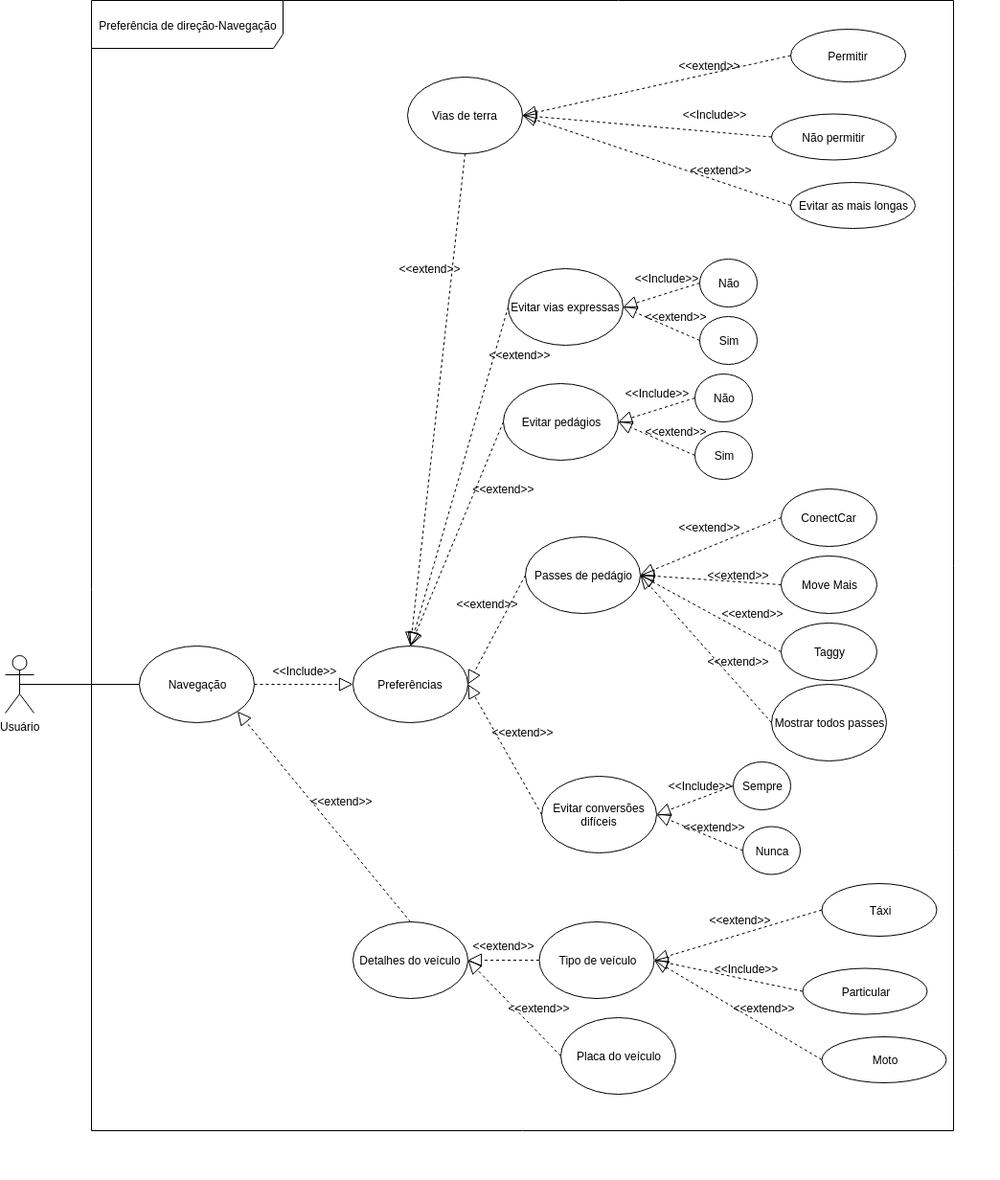
Before: docs/img/navegacao.png, a diagram exported from draw.io (Requisitos-de-Software/2019.2-Waze). Source tidied: cells renumbered, new cells last; positions are measured from the earlier drawing's top-left corner, leaving out a move shared by most shapes.
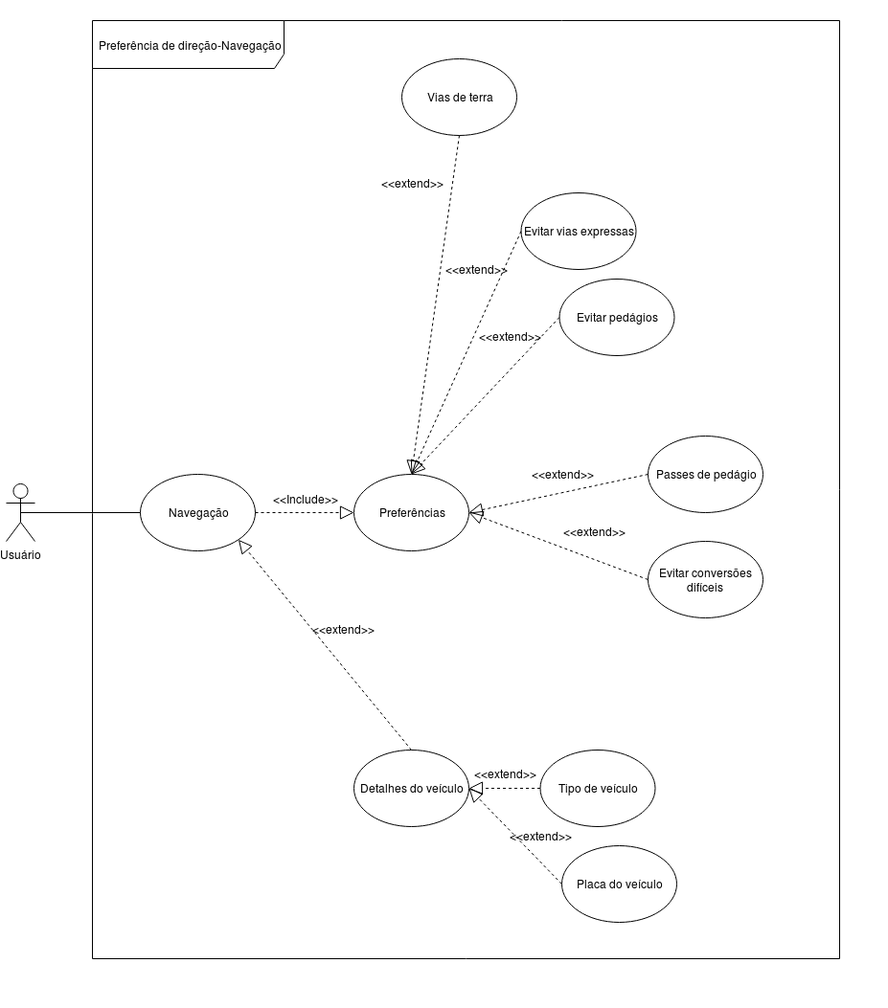
After the commit.

Change to the diagram source:
```diff
@@ -5,3 +5,3 @@
     <mxCell id="2" value="Preferência de direção-Navegação" style="shape=umlFrame;whiteSpace=wrap;html=1;width=200;height=50;" parent="1" vertex="1">
-      <mxGeometry x="90" width="900" height="1180" as="geometry" />
+      <mxGeometry x="90" y="200" width="780" height="980" as="geometry" />
     </mxCell>
@@ -14,135 +14,16 @@
     <mxCell id="5" value="Evitar pedágios" style="ellipse;whiteSpace=wrap;html=1;" parent="1" vertex="1">
-      <mxGeometry x="520" y="400" width="120" height="80" as="geometry" />
+      <mxGeometry x="577.5" y="470" width="120" height="80" as="geometry" />
     </mxCell>
     <mxCell id="6" value="Passes de pedágio&lt;span style=&quot;font-family: &amp;#34;helvetica&amp;#34; , &amp;#34;arial&amp;#34; , sans-serif ; font-size: 0px ; white-space: nowrap&quot;&gt;%3CmxGraphModel%3E%3Croot%3E%3CmxCell%20id%3D%220%22%2F%3E%3CmxCell%20id%3D%221%22%20parent%3D%220%22%2F%3E%3CmxCell%20id%3D%222%22%20value%3D%22Evitar%20ped%C3%A1gios%22%20style%3D%22ellipse%3BwhiteSpace%3Dwrap%3Bhtml%3D1%3B%22%20vertex%3D%221%22%20parent%3D%221%22%3E%3CmxGeometry%20x%3D%22353%22%20y%3D%22200%22%20width%3D%22120%22%20height%3D%2280%22%20as%3D%22geometry%22%2F%3E%3C%2FmxCell%3E%3C%2Froot%3E%3C%2FmxGraphModel%3E&lt;/span&gt;" style="ellipse;whiteSpace=wrap;html=1;" parent="1" vertex="1">
-      <mxGeometry x="543" y="560" width="120" height="80" as="geometry" />
+      <mxGeometry x="670" y="634" width="120" height="80" as="geometry" />
     </mxCell>
-    <mxCell id="7" value="ConectCar" style="ellipse;whiteSpace=wrap;html=1;" parent="1" vertex="1">
-      <mxGeometry x="810" y="510" width="100" height="60" as="geometry" />
-    </mxCell>
-    <mxCell id="8" value="Move Mais" style="ellipse;whiteSpace=wrap;html=1;" parent="1" vertex="1">
-      <mxGeometry x="810" y="580" width="100" height="60" as="geometry" />
-    </mxCell>
-    <mxCell id="9" value="Taggy" style="ellipse;whiteSpace=wrap;html=1;" parent="1" vertex="1">
-      <mxGeometry x="810" y="650" width="100" height="60" as="geometry" />
-    </mxCell>
-    <mxCell id="10" value="Mostrar todos passes" style="ellipse;whiteSpace=wrap;html=1;" parent="1" vertex="1">
-      <mxGeometry x="800" y="714" width="120" height="80" as="geometry" />
-    </mxCell>
-    <mxCell id="11" style="endArrow=block;dashed=1;endFill=0;endSize=12;html=1;exitX=0;exitY=0.5;exitDx=0;exitDy=0;entryX=1;entryY=0.5;entryDx=0;entryDy=0;" parent="1" edge="1" source="7" target="6">
-      <mxGeometry relative="1" as="geometry" />
-    </mxCell>
-    <mxCell id="12" style="endArrow=block;dashed=1;endFill=0;endSize=12;html=1;exitX=0;exitY=0.5;exitDx=0;exitDy=0;entryX=1;entryY=0.5;entryDx=0;entryDy=0;" parent="1" edge="1" source="8" target="6">
-      <mxGeometry relative="1" as="geometry" />
-    </mxCell>
-    <mxCell id="13" style="endArrow=block;dashed=1;endFill=0;endSize=12;html=1;exitX=0;exitY=0.5;exitDx=0;exitDy=0;entryX=1;entryY=0.5;entryDx=0;entryDy=0;" parent="1" edge="1" source="9" target="6">
-      <mxGeometry relative="1" as="geometry" />
-    </mxCell>
-    <mxCell id="14" style="endArrow=block;dashed=1;endFill=0;endSize=12;html=1;exitX=0;exitY=0.5;exitDx=0;exitDy=0;entryX=1;entryY=0.5;entryDx=0;entryDy=0;" parent="1" edge="1" source="10" target="6">
-      <mxGeometry relative="1" as="geometry" />
-    </mxCell>
-    <mxCell id="15" value="Não&lt;span style=&quot;font-family: &amp;#34;helvetica&amp;#34; , &amp;#34;arial&amp;#34; , sans-serif ; font-size: 0px ; white-space: nowrap&quot;&gt;%3CmxGraphModel%3E%3Croot%3E%3CmxCell%20id%3D%220%22%2F%3E%3CmxCell%20id%3D%221%22%20parent%3D%220%22%2F%3E%3CmxCell%20id%3D%222%22%20value%3D%22ConectCar%22%20style%3D%22ellipse%3BwhiteSpace%3Dwrap%3Bhtml%3D1%3B%22%20vertex%3D%221%22%20parent%3D%221%22%3E%3CmxGeometry%20x%3D%22620%22%20y%3D%22230%22%20width%3D%22100%22%20height%3D%2260%22%20as%3D%22geometry%22%2F%3E%3C%2FmxCell%3E%3C%2Froot%3E%3C%2FmxGraphModel%3E&lt;/span&gt;" style="ellipse;whiteSpace=wrap;html=1;" parent="1" vertex="1">
-      <mxGeometry x="720" y="390" width="60" height="50" as="geometry" />
-    </mxCell>
-    <mxCell id="16" value="Sim" style="ellipse;whiteSpace=wrap;html=1;" parent="1" vertex="1">
-      <mxGeometry x="720" y="450" width="60" height="50" as="geometry" />
-    </mxCell>
-    <mxCell id="17" style="endArrow=block;dashed=1;endFill=0;endSize=12;html=1;exitX=0;exitY=0.5;exitDx=0;exitDy=0;entryX=1;entryY=0.5;entryDx=0;entryDy=0;" parent="1" edge="1" source="15" target="5">
-      <mxGeometry relative="1" as="geometry" />
-    </mxCell>
-    <mxCell id="18" style="endArrow=block;dashed=1;endFill=0;endSize=12;html=1;exitX=0;exitY=0.5;exitDx=0;exitDy=0;entryX=1;entryY=0.5;entryDx=0;entryDy=0;" parent="1" edge="1" source="16" target="5">
-      <mxGeometry relative="1" as="geometry" />
-    </mxCell>
     <mxCell id="19" value="Evitar vias expressas&lt;span style=&quot;font-family: &amp;#34;helvetica&amp;#34; , &amp;#34;arial&amp;#34; , sans-serif ; font-size: 0px ; white-space: nowrap&quot;&gt;%3CmxGraphModel%3E%3Croot%3E%3CmxCell%20id%3D%220%22%2F%3E%3CmxCell%20id%3D%221%22%20parent%3D%220%22%2F%3E%3CmxCell%20id%3D%222%22%20value%3D%22Evitar%20ped%C3%A1gios%22%20style%3D%22ellipse%3BwhiteSpace%3Dwrap%3Bhtml%3D1%3B%22%20vertex%3D%221%22%20parent%3D%221%22%3E%3CmxGeometry%20x%3D%22340%22%20y%3D%22140%22%20width%3D%22120%22%20height%3D%2280%22%20as%3D%22geometry%22%2F%3E%3C%2FmxCell%3E%3CmxCell%20id%3D%223%22%20value%3D%22N%C3%A3o%26lt%3Bspan%20style%3D%26quot%3Bfont-family%3A%20%26amp%3B%2334%3Bhelvetica%26amp%3B%2334%3B%20%2C%20%26amp%3B%2334%3Barial%26amp%3B%2334%3B%20%2C%20sans-serif%20%3B%20font-size%3A%200px%20%3B%20white-space%3A%20nowrap%26quot%3B%26gt%3B%253CmxGraphModel%253E%253Croot%253E%253CmxCell%2520id%253D%25220%2522%252F%253E%253CmxCell%2520id%253D%25221%2522%2520parent%253D%25220%2522%252F%253E%253CmxCell%2520id%253D%25222%2522%2520value%253D%2522ConectCar%2522%2520style%253D%2522ellipse%253BwhiteSpace%253Dwrap%253Bhtml%253D1%253B%2522%2520vertex%253D%25221%2522%2520parent%253D%25221%2522%253E%253CmxGeometry%2520x%253D%2522620%2522%2520y%253D%2522230%2522%2520width%253D%2522100%2522%2520height%253D%252260%2522%2520as%253D%2522geometry%2522%252F%253E%253C%252FmxCell%253E%253C%252Froot%253E%253C%252FmxGraphModel%253E%26lt%3B%2Fspan%26gt%3B%22%20style%3D%22ellipse%3BwhiteSpace%3Dwrap%3Bhtml%3D1%3B%22%20vertex%3D%221%22%20parent%3D%221%22%3E%3CmxGeometry%20x%3D%22540%22%20y%3D%22130%22%20width%3D%2260%22%20height%3D%2250%22%20as%3D%22geometry%22%2F%3E%3C%2FmxCell%3E%3CmxCell%20id%3D%224%22%20value%3D%22Sim%22%20style%3D%22ellipse%3BwhiteSpace%3Dwrap%3Bhtml%3D1%3B%22%20vertex%3D%221%22%20parent%3D%221%22%3E%3CmxGeometry%20x%3D%22540%22%20y%3D%22190%22%20width%3D%2260%22%20height%3D%2250%22%20as%3D%22geometry%22%2F%3E%3C%2FmxCell%3E%3CmxCell%20id%3D%225%22%20value%3D%22%22%20style%3D%22endArrow%3Dblock%3Bdashed%3D1%3BendFill%3D0%3BendSize%3D12%3Bhtml%3D1%3BexitX%3D0%3BexitY%3D0.5%3BexitDx%3D0%3BexitDy%3D0%3BentryX%3D1%3BentryY%3D0.5%3BentryDx%3D0%3BentryDy%3D0%3B%22%20edge%3D%221%22%20source%3D%223%22%20target%3D%222%22%20parent%3D%221%22%3E%3CmxGeometry%20width%3D%22160%22%20relative%3D%221%22%20as%3D%22geometry%22%3E%3CmxPoint%20x%3D%22640%22%20y%3D%22290%22%20as%3D%22sourcePoint%22%2F%3E%3CmxPoint%20x%3D%22493%22%20y%3D%22350%22%20as%3D%22targetPoint%22%2F%3E%3C%2FmxGeometry%3E%3C%2FmxCell%3E%3CmxCell%20id%3D%226%22%20value%3D%22%22%20style%3D%22endArrow%3Dblock%3Bdashed%3D1%3BendFill%3D0%3BendSize%3D12%3Bhtml%3D1%3BexitX%3D0%3BexitY%3D0.5%3BexitDx%3D0%3BexitDy%3D0%3BentryX%3D1%3BentryY%3D0.5%3BentryDx%3D0%3BentryDy%3D0%3B%22%20edge%3D%221%22%20source%3D%224%22%20target%3D%222%22%20parent%3D%221%22%3E%3CmxGeometry%20width%3D%22160%22%20relative%3D%221%22%20as%3D%22geometry%22%3E%3CmxPoint%20x%3D%22550%22%20y%3D%22165%22%20as%3D%22sourcePoint%22%2F%3E%3CmxPoint%20x%3D%22470%22%20y%3D%22190%22%20as%3D%22targetPoint%22%2F%3E%3C%2FmxGeometry%3E%3C%2FmxCell%3E%3C%2Froot%3E%3C%2FmxGraphModel%3E&lt;/span&gt;" style="ellipse;whiteSpace=wrap;html=1;" parent="1" vertex="1">
-      <mxGeometry x="525" y="280" width="120" height="80" as="geometry" />
+      <mxGeometry x="537.5" y="380" width="120" height="80" as="geometry" />
     </mxCell>
-    <mxCell id="20" value="Não&lt;span style=&quot;font-family: &amp;#34;helvetica&amp;#34; , &amp;#34;arial&amp;#34; , sans-serif ; font-size: 0px ; white-space: nowrap&quot;&gt;%3CmxGraphModel%3E%3Croot%3E%3CmxCell%20id%3D%220%22%2F%3E%3CmxCell%20id%3D%221%22%20parent%3D%220%22%2F%3E%3CmxCell%20id%3D%222%22%20value%3D%22ConectCar%22%20style%3D%22ellipse%3BwhiteSpace%3Dwrap%3Bhtml%3D1%3B%22%20vertex%3D%221%22%20parent%3D%221%22%3E%3CmxGeometry%20x%3D%22620%22%20y%3D%22230%22%20width%3D%22100%22%20height%3D%2260%22%20as%3D%22geometry%22%2F%3E%3C%2FmxCell%3E%3C%2Froot%3E%3C%2FmxGraphModel%3E&lt;/span&gt;" style="ellipse;whiteSpace=wrap;html=1;" parent="1" vertex="1">
-      <mxGeometry x="725" y="270" width="60" height="50" as="geometry" />
-    </mxCell>
-    <mxCell id="21" value="Sim" style="ellipse;whiteSpace=wrap;html=1;" parent="1" vertex="1">
-      <mxGeometry x="725" y="330" width="60" height="50" as="geometry" />
-    </mxCell>
-    <mxCell id="22" style="endArrow=block;dashed=1;endFill=0;endSize=12;html=1;exitX=0;exitY=0.5;exitDx=0;exitDy=0;entryX=1;entryY=0.5;entryDx=0;entryDy=0;" parent="1" edge="1" source="20" target="19">
-      <mxGeometry relative="1" as="geometry" />
-    </mxCell>
-    <mxCell id="23" style="endArrow=block;dashed=1;endFill=0;endSize=12;html=1;exitX=0;exitY=0.5;exitDx=0;exitDy=0;entryX=1;entryY=0.5;entryDx=0;entryDy=0;" parent="1" edge="1" source="21" target="19">
-      <mxGeometry relative="1" as="geometry" />
-    </mxCell>
     <mxCell id="24" value="Vias de terra" style="ellipse;whiteSpace=wrap;html=1;" parent="1" vertex="1">
-      <mxGeometry x="420" y="80" width="120" height="80" as="geometry" />
+      <mxGeometry x="413" y="240" width="120" height="80" as="geometry" />
     </mxCell>
-    <mxCell id="25" value="Permitir" style="ellipse;whiteSpace=wrap;html=1;" parent="1" vertex="1">
-      <mxGeometry x="820" y="30" width="120" height="55" as="geometry" />
-    </mxCell>
-    <mxCell id="26" value="Não permitir" style="ellipse;whiteSpace=wrap;html=1;" parent="1" vertex="1">
-      <mxGeometry x="800" y="118.5" width="130" height="48" as="geometry" />
-    </mxCell>
-    <mxCell id="27" style="endArrow=block;dashed=1;endFill=0;endSize=12;html=1;exitX=0;exitY=0.5;exitDx=0;exitDy=0;entryX=1;entryY=0.5;entryDx=0;entryDy=0;" parent="1" edge="1" source="25" target="24">
-      <mxGeometry relative="1" as="geometry" />
-    </mxCell>
-    <mxCell id="28" style="endArrow=block;dashed=1;endFill=0;endSize=12;html=1;exitX=0;exitY=0.5;exitDx=0;exitDy=0;entryX=1;entryY=0.5;entryDx=0;entryDy=0;" parent="1" edge="1" source="26" target="24">
-      <mxGeometry relative="1" as="geometry" />
-    </mxCell>
-    <mxCell id="29" value="Evitar as mais longas" style="ellipse;whiteSpace=wrap;html=1;" parent="1" vertex="1">
-      <mxGeometry x="820" y="190" width="130" height="48" as="geometry" />
-    </mxCell>
-    <mxCell id="30" style="endArrow=block;dashed=1;endFill=0;endSize=12;html=1;exitX=0;exitY=0.5;exitDx=0;exitDy=0;entryX=1;entryY=0.5;entryDx=0;entryDy=0;" parent="1" edge="1" source="29" target="24">
-      <mxGeometry relative="1" as="geometry" />
-    </mxCell>
-    <mxCell id="31" value="&amp;lt;&amp;lt;Include&amp;gt;&amp;gt;" style="text;html=1;strokeColor=none;fillColor=none;align=center;verticalAlign=middle;whiteSpace=wrap;rounded=0;" parent="1" vertex="1">
-      <mxGeometry x="720" y="108.5" width="40" height="20" as="geometry" />
-    </mxCell>
-    <mxCell id="32" value="&amp;lt;&amp;lt;Include&amp;gt;&amp;gt;" style="text;html=1;strokeColor=none;fillColor=none;align=center;verticalAlign=middle;whiteSpace=wrap;rounded=0;" parent="1" vertex="1">
-      <mxGeometry x="670" y="280" width="40" height="20" as="geometry" />
-    </mxCell>
-    <mxCell id="33" value="&amp;lt;&amp;lt;Include&amp;gt;&amp;gt;" style="text;html=1;strokeColor=none;fillColor=none;align=center;verticalAlign=middle;whiteSpace=wrap;rounded=0;" parent="1" vertex="1">
-      <mxGeometry x="660" y="400" width="40" height="20" as="geometry" />
-    </mxCell>
-    <mxCell id="34" value="&amp;lt;&amp;lt;extend&amp;gt;&amp;gt;" style="text;html=1;strokeColor=none;fillColor=none;align=center;verticalAlign=middle;whiteSpace=wrap;rounded=0;" parent="1" vertex="1">
-      <mxGeometry x="727.5" y="166.5" width="40" height="20" as="geometry" />
-    </mxCell>
-    <mxCell id="35" value="&amp;lt;&amp;lt;extend&amp;gt;&amp;gt;" style="text;html=1;strokeColor=none;fillColor=none;align=center;verticalAlign=middle;whiteSpace=wrap;rounded=0;" parent="1" vertex="1">
-      <mxGeometry x="715" y="57.5" width="40" height="20" as="geometry" />
-    </mxCell>
-    <mxCell id="36" value="&amp;lt;&amp;lt;extend&amp;gt;&amp;gt;" style="text;html=1;strokeColor=none;fillColor=none;align=center;verticalAlign=middle;whiteSpace=wrap;rounded=0;" parent="1" vertex="1">
-      <mxGeometry x="680" y="320" width="40" height="20" as="geometry" />
-    </mxCell>
-    <mxCell id="37" value="&amp;lt;&amp;lt;extend&amp;gt;&amp;gt;" style="text;html=1;strokeColor=none;fillColor=none;align=center;verticalAlign=middle;whiteSpace=wrap;rounded=0;" parent="1" vertex="1">
-      <mxGeometry x="680" y="440" width="40" height="20" as="geometry" />
-    </mxCell>
-    <mxCell id="38" value="&amp;lt;&amp;lt;extend&amp;gt;&amp;gt;" style="text;html=1;strokeColor=none;fillColor=none;align=center;verticalAlign=middle;whiteSpace=wrap;rounded=0;" parent="1" vertex="1">
-      <mxGeometry x="715" y="540" width="40" height="20" as="geometry" />
-    </mxCell>
-    <mxCell id="39" value="&amp;lt;&amp;lt;extend&amp;gt;&amp;gt;" style="text;html=1;strokeColor=none;fillColor=none;align=center;verticalAlign=middle;whiteSpace=wrap;rounded=0;" parent="1" vertex="1">
-      <mxGeometry x="745" y="590" width="40" height="20" as="geometry" />
-    </mxCell>
-    <mxCell id="40" value="&amp;lt;&amp;lt;extend&amp;gt;&amp;gt;" style="text;html=1;strokeColor=none;fillColor=none;align=center;verticalAlign=middle;whiteSpace=wrap;rounded=0;" parent="1" vertex="1">
-      <mxGeometry x="760" y="630" width="40" height="20" as="geometry" />
-    </mxCell>
-    <mxCell id="41" value="&amp;lt;&amp;lt;extend&amp;gt;&amp;gt;" style="text;html=1;strokeColor=none;fillColor=none;align=center;verticalAlign=middle;whiteSpace=wrap;rounded=0;" parent="1" vertex="1">
-      <mxGeometry x="745" y="680" width="40" height="20" as="geometry" />
-    </mxCell>
     <mxCell id="42" value="Evitar conversões difíceis" style="ellipse;whiteSpace=wrap;html=1;" parent="1" vertex="1">
-      <mxGeometry x="560" y="810" width="120" height="80" as="geometry" />
+      <mxGeometry x="670" y="744" width="120" height="80" as="geometry" />
     </mxCell>
-    <mxCell id="43" value="Sempre" style="ellipse;whiteSpace=wrap;html=1;" parent="1" vertex="1">
-      <mxGeometry x="760" y="795" width="60" height="50" as="geometry" />
-    </mxCell>
-    <mxCell id="44" style="endArrow=block;dashed=1;endFill=0;endSize=12;html=1;exitX=0;exitY=0.5;exitDx=0;exitDy=0;entryX=1;entryY=0.5;entryDx=0;entryDy=0;" parent="1" edge="1" source="43" target="42">
-      <mxGeometry relative="1" as="geometry" />
-    </mxCell>
-    <mxCell id="45" value="Nunca" style="ellipse;whiteSpace=wrap;html=1;" parent="1" vertex="1">
-      <mxGeometry x="770" y="862.5" width="60" height="50" as="geometry" />
-    </mxCell>
-    <mxCell id="46" style="endArrow=block;dashed=1;endFill=0;endSize=12;html=1;exitX=0;exitY=0.5;exitDx=0;exitDy=0;" parent="1" edge="1" source="45">
-      <mxGeometry relative="1" as="geometry">
-        <mxPoint x="680" y="850" as="targetPoint" />
-      </mxGeometry>
-    </mxCell>
-    <mxCell id="47" value="&amp;lt;&amp;lt;extend&amp;gt;&amp;gt;" style="text;html=1;strokeColor=none;fillColor=none;align=center;verticalAlign=middle;whiteSpace=wrap;rounded=0;" parent="1" vertex="1">
-      <mxGeometry x="720" y="852.5" width="40" height="20" as="geometry" />
-    </mxCell>
-    <mxCell id="48" value="&amp;lt;&amp;lt;Include&amp;gt;&amp;gt;" style="text;html=1;strokeColor=none;fillColor=none;align=center;verticalAlign=middle;whiteSpace=wrap;rounded=0;" parent="1" vertex="1">
-      <mxGeometry x="705" y="810" width="40" height="20" as="geometry" />
-    </mxCell>
     <mxCell id="49" value="Tipo de veículo" style="ellipse;whiteSpace=wrap;html=1;" parent="1" vertex="1">
@@ -150,29 +31,2 @@
     </mxCell>
-    <mxCell id="50" value="Táxi" style="ellipse;whiteSpace=wrap;html=1;" parent="1" vertex="1">
-      <mxGeometry x="852.5" y="922" width="120" height="55" as="geometry" />
-    </mxCell>
-    <mxCell id="51" value="Particular" style="ellipse;whiteSpace=wrap;html=1;" parent="1" vertex="1">
-      <mxGeometry x="832.5" y="1010.5" width="130" height="48" as="geometry" />
-    </mxCell>
-    <mxCell id="52" style="endArrow=block;dashed=1;endFill=0;endSize=12;html=1;exitX=0;exitY=0.5;exitDx=0;exitDy=0;entryX=1;entryY=0.5;entryDx=0;entryDy=0;" parent="1" edge="1" source="50" target="49">
-      <mxGeometry relative="1" as="geometry" />
-    </mxCell>
-    <mxCell id="53" style="endArrow=block;dashed=1;endFill=0;endSize=12;html=1;exitX=0;exitY=0.5;exitDx=0;exitDy=0;entryX=1;entryY=0.5;entryDx=0;entryDy=0;" parent="1" edge="1" source="51" target="49">
-      <mxGeometry relative="1" as="geometry" />
-    </mxCell>
-    <mxCell id="54" value="Moto" style="ellipse;whiteSpace=wrap;html=1;" parent="1" vertex="1">
-      <mxGeometry x="852.5" y="1082" width="130" height="48" as="geometry" />
-    </mxCell>
-    <mxCell id="55" style="endArrow=block;dashed=1;endFill=0;endSize=12;html=1;exitX=0;exitY=0.5;exitDx=0;exitDy=0;entryX=1;entryY=0.5;entryDx=0;entryDy=0;" parent="1" edge="1" source="54" target="49">
-      <mxGeometry relative="1" as="geometry" />
-    </mxCell>
-    <mxCell id="56" value="&amp;lt;&amp;lt;Include&amp;gt;&amp;gt;" style="text;html=1;strokeColor=none;fillColor=none;align=center;verticalAlign=middle;whiteSpace=wrap;rounded=0;" parent="1" vertex="1">
-      <mxGeometry x="752.5" y="1000.5" width="40" height="20" as="geometry" />
-    </mxCell>
-    <mxCell id="57" value="&amp;lt;&amp;lt;extend&amp;gt;&amp;gt;" style="text;html=1;strokeColor=none;fillColor=none;align=center;verticalAlign=middle;whiteSpace=wrap;rounded=0;" parent="1" vertex="1">
-      <mxGeometry x="772.5" y="1042" width="40" height="20" as="geometry" />
-    </mxCell>
-    <mxCell id="58" value="&amp;lt;&amp;lt;extend&amp;gt;&amp;gt;" style="text;html=1;strokeColor=none;fillColor=none;align=center;verticalAlign=middle;whiteSpace=wrap;rounded=0;" parent="1" vertex="1">
-      <mxGeometry x="747.5" y="949.5" width="40" height="20" as="geometry" />
-    </mxCell>
     <mxCell id="59" value="Detalhes do veículo" style="ellipse;whiteSpace=wrap;html=1;" parent="1" vertex="1">
@@ -214,9 +68,9 @@
     <mxCell id="71" value="&amp;lt;&amp;lt;extend&amp;gt;&amp;gt;" style="text;html=1;strokeColor=none;fillColor=none;align=center;verticalAlign=middle;whiteSpace=wrap;rounded=0;" parent="1" vertex="1">
-      <mxGeometry x="520.5" y="754" width="40" height="20" as="geometry" />
+      <mxGeometry x="593" y="724" width="40" height="20" as="geometry" />
     </mxCell>
     <mxCell id="72" value="&amp;lt;&amp;lt;extend&amp;gt;&amp;gt;" style="text;html=1;strokeColor=none;fillColor=none;align=center;verticalAlign=middle;whiteSpace=wrap;rounded=0;" parent="1" vertex="1">
-      <mxGeometry x="483" y="620" width="40" height="20" as="geometry" />
+      <mxGeometry x="560" y="664" width="40" height="20" as="geometry" />
     </mxCell>
     <mxCell id="73" value="&amp;lt;&amp;lt;extend&amp;gt;&amp;gt;" style="text;html=1;strokeColor=none;fillColor=none;align=center;verticalAlign=middle;whiteSpace=wrap;rounded=0;" parent="1" vertex="1">
-      <mxGeometry x="500" y="500" width="40" height="20" as="geometry" />
+      <mxGeometry x="505" y="520" width="40" height="20" as="geometry" />
     </mxCell>
@@ -235,6 +89,6 @@
     <mxCell id="78" value="&amp;lt;&amp;lt;extend&amp;gt;&amp;gt;" style="text;html=1;strokeColor=none;fillColor=none;align=center;verticalAlign=middle;whiteSpace=wrap;rounded=0;" parent="1" vertex="1">
-      <mxGeometry x="517.5" y="360" width="40" height="20" as="geometry" />
+      <mxGeometry x="470" y="450" width="40" height="20" as="geometry" />
     </mxCell>
     <mxCell id="79" value="&amp;lt;&amp;lt;extend&amp;gt;&amp;gt;" style="text;html=1;strokeColor=none;fillColor=none;align=center;verticalAlign=middle;whiteSpace=wrap;rounded=0;" parent="1" vertex="1">
-      <mxGeometry x="423" y="270" width="40" height="20" as="geometry" />
+      <mxGeometry x="403" y="360" width="40" height="20" as="geometry" />
     </mxCell>
@@ -244,3 +98,3 @@
     <mxCell id="81" value="&amp;nbsp;" style="text;html=1;align=left;verticalAlign=top;spacingTop=-4;" parent="1" vertex="1">
-      <mxGeometry x="1018" y="660" width="20" height="20" as="geometry" />
+      <mxGeometry x="900" y="664" width="20" height="20" as="geometry" />
     </mxCell>
@@ -249,2 +103,5 @@
     </mxCell>
+    <mxCell id="83" value="&amp;nbsp;" style="text;html=1;align=left;verticalAlign=top;spacingTop=-4;" parent="1" vertex="1">
+      <mxGeometry x="476" y="179" width="20" height="20" as="geometry" />
+    </mxCell>
   </root>
```
